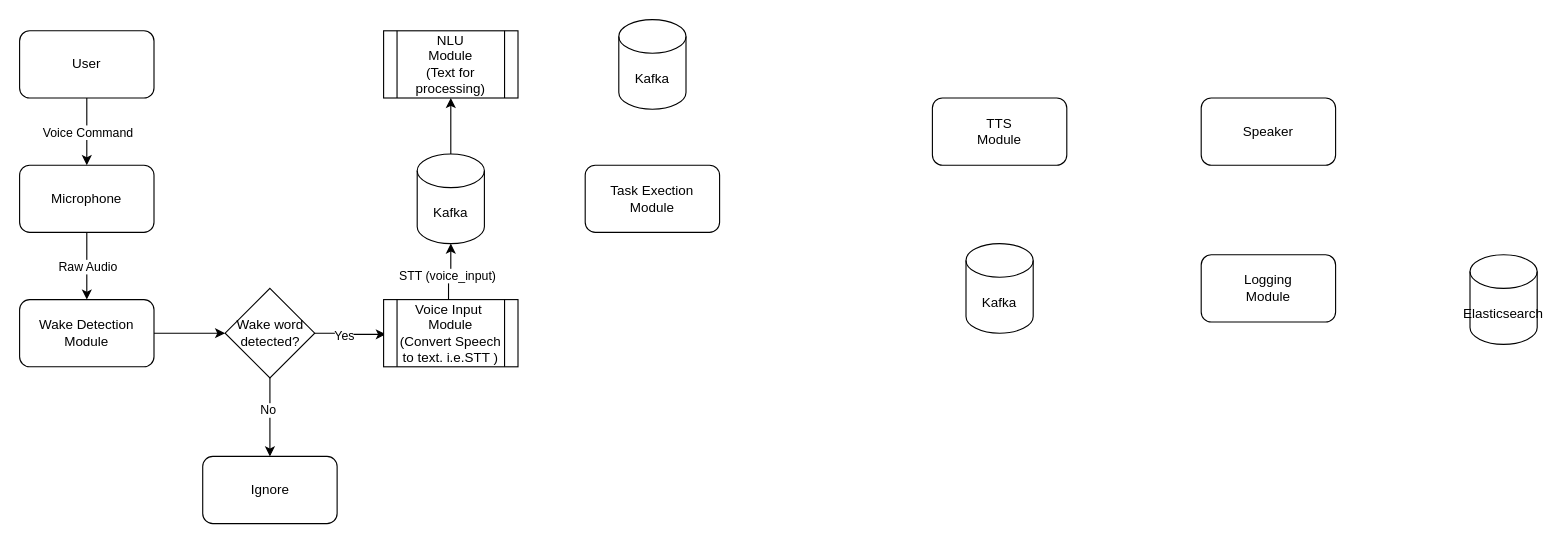
Before: Jason.drawio in isaac-kwarteng/Jason, a draw.io diagram. Source tidied: cells renumbered, new cells numbered last; positions are measured from the earlier drawing's top-left corner, leaving out a move shared by most shapes. Both pictures are drawn from the tidied source at 112%, with x=0, y=0 at pixel (19, 19).
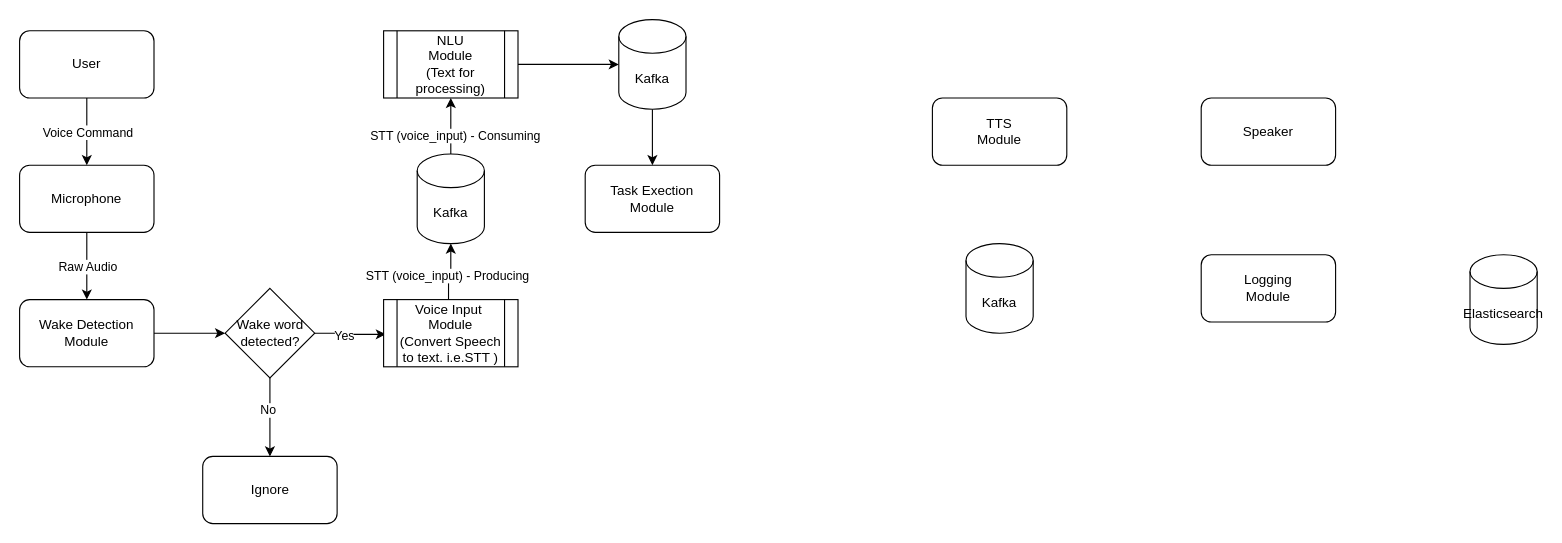
After the change.

Commit message (it also covers changes not shown here):
updated the system design

Unchanged cells that the change refers to:
```xml
<mxCell id="5" style="edgeStyle=orthogonalEdgeStyle;rounded=0;jettySize=auto;html=1;exitX=0.483;exitY=0.011;exitDx=0;exitDy=0;exitPerimeter=0;" parent="1" edge="1" source="28" target="15">
  <mxGeometry relative="1" as="geometry" />
</mxCell>
<mxCell id="7" value="Task Exection&lt;div&gt;Module&lt;/div&gt;" style="rounded=1;whiteSpace=wrap;html=1;" parent="1" vertex="1">
  <mxGeometry x="505" y="130" width="120" height="60" as="geometry" />
</mxCell>
<mxCell id="13" value="Kafka" style="shape=cylinder3;whiteSpace=wrap;html=1;boundedLbl=1;backgroundOutline=1;size=15;" parent="1" vertex="1">
  <mxGeometry x="535" width="60" height="80" as="geometry" />
</mxCell>
<mxCell id="14" style="edgeStyle=orthogonalEdgeStyle;rounded=0;jettySize=auto;html=1;" parent="1" edge="1" source="15" target="27">
  <mxGeometry relative="1" as="geometry" />
</mxCell>
<mxCell id="27" value="NLU&lt;div&gt;Module&lt;/div&gt;&lt;div&gt;(Text for processing)&lt;/div&gt;" style="shape=process;whiteSpace=wrap;html=1;backgroundOutline=1;" parent="1" vertex="1">
  <mxGeometry x="325" y="10" width="120" height="60" as="geometry" />
</mxCell>
```

Change to the diagram source:
```diff
@@
-    <mxCell id="6" value="STT (voice_input)" style="edgeLabel;html=1;align=center;verticalAlign=middle;" parent="5" vertex="1">
+    <mxCell id="6" value="STT (voice_input) - Producing" style="edgeLabel;html=1;align=center;verticalAlign=middle;" parent="5" vertex="1">
       <mxGeometry x="-0.17" y="1" relative="1" as="geometry" />
     </mxCell>
@@
+    <mxCell id="29" style="edgeStyle=orthogonalEdgeStyle;rounded=0;jettySize=auto;html=1;" parent="1" edge="1" source="13" target="7">
+      <mxGeometry relative="1" as="geometry" />
+    </mxCell>
@@
+    <mxCell id="30" value="STT (voice_input) - Consuming" style="edgeLabel;html=1;align=center;verticalAlign=middle;" parent="14" vertex="1">
+      <mxGeometry x="-0.31" y="-3" relative="1" as="geometry" />
+    </mxCell>
@@
+    <mxCell id="31" style="edgeStyle=orthogonalEdgeStyle;rounded=0;jettySize=auto;html=1;" parent="1" edge="1" source="27" target="13">
+      <mxGeometry relative="1" as="geometry" />
+    </mxCell>
```
